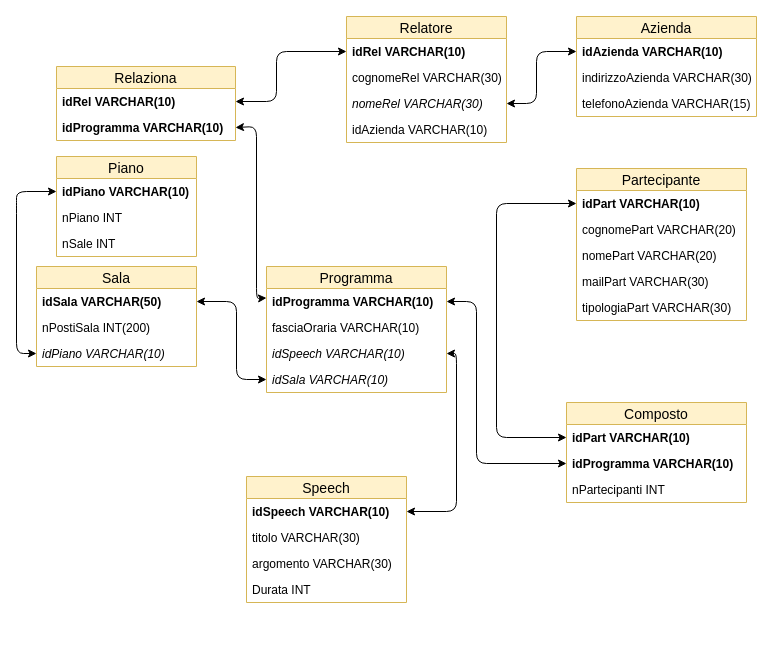
Earlier version of the draw.io diagram Convention/Schemi/Schema_Fisico.drawio (mattiaudisio/SCUOL4). Source tidied: cells renumbered, new cells numbered last; positions are measured from the earlier drawing's top-left corner, leaving out a move shared by most shapes. Both pictures are drawn from the tidied source at 100%, with x=0, y=0 at pixel (16, 16).
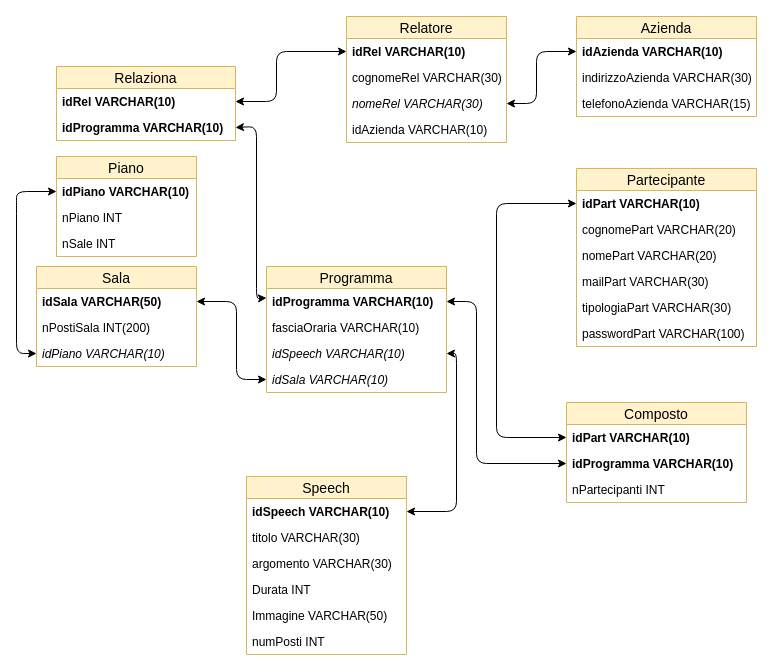
The same diagram, later.

Commit message (it also covers changes not shown here):
Modfiche Schemi 1

The edit, as a diff of the source:
```diff
@@
     <mxCell id="17" value="Speech" style="swimlane;fontStyle=0;horizontal=1;startSize=22;fillColor=#fff2cc;swimlaneFillColor=#ffffff;align=center;fontSize=14;strokeColor=#d6b656;" parent="1" vertex="1">
-      <mxGeometry x="230" y="460" width="160" height="126" as="geometry" />
+      <mxGeometry x="230" y="460" width="160" height="178" as="geometry" />
     </mxCell>
@@
+    <mxCell id="50" value="Immagine VARCHAR(50)" style="text;strokeColor=none;fillColor=none;spacingLeft=4;spacingRight=4;overflow=hidden;fontSize=12;" parent="17" vertex="1">
+      <mxGeometry y="126" width="160" height="26" as="geometry" />
+    </mxCell>
+    <mxCell id="51" value="numPosti INT" style="text;strokeColor=none;fillColor=none;spacingLeft=4;spacingRight=4;overflow=hidden;fontSize=12;" parent="17" vertex="1">
+      <mxGeometry y="152" width="160" height="26" as="geometry" />
+    </mxCell>
     <mxCell id="22" value="Partecipante" style="swimlane;fontStyle=0;horizontal=1;startSize=22;fillColor=#fff2cc;swimlaneFillColor=#ffffff;align=center;fontSize=14;strokeColor=#d6b656;" parent="1" vertex="1">
-      <mxGeometry x="560" y="152" width="170" height="152" as="geometry" />
+      <mxGeometry x="560" y="152" width="180" height="178" as="geometry" />
     </mxCell>
     <mxCell id="23" value="idPart VARCHAR(10)" style="text;strokeColor=none;fillColor=none;spacingLeft=4;spacingRight=4;overflow=hidden;points=[[0,0.5],[1,0.5]];portConstraint=eastwest;fontSize=12;fontStyle=1;fontColor=#000000;" parent="22" vertex="1">
-      <mxGeometry y="22" width="170" height="26" as="geometry" />
+      <mxGeometry y="22" width="180" height="26" as="geometry" />
     </mxCell>
     <mxCell id="24" value="cognomePart VARCHAR(20)" style="text;strokeColor=none;fillColor=none;spacingLeft=4;spacingRight=4;overflow=hidden;fontSize=12;" parent="22" vertex="1">
-      <mxGeometry y="48" width="170" height="26" as="geometry" />
+      <mxGeometry y="48" width="180" height="26" as="geometry" />
     </mxCell>
     <mxCell id="25" value="nomePart VARCHAR(20) " style="text;strokeColor=none;fillColor=none;spacingLeft=4;spacingRight=4;overflow=hidden;fontSize=12;" parent="22" vertex="1">
-      <mxGeometry y="74" width="170" height="26" as="geometry" />
+      <mxGeometry y="74" width="180" height="26" as="geometry" />
     </mxCell>
     <mxCell id="26" value="mailPart VARCHAR(30)" style="text;strokeColor=none;fillColor=none;spacingLeft=4;spacingRight=4;overflow=hidden;fontSize=12;" parent="22" vertex="1">
-      <mxGeometry y="100" width="170" height="26" as="geometry" />
+      <mxGeometry y="100" width="180" height="26" as="geometry" />
     </mxCell>
     <mxCell id="27" value="tipologiaPart VARCHAR(30)" style="text;strokeColor=none;fillColor=none;spacingLeft=4;spacingRight=4;overflow=hidden;fontSize=12;" parent="22" vertex="1">
-      <mxGeometry y="126" width="170" height="26" as="geometry" />
+      <mxGeometry y="126" width="180" height="26" as="geometry" />
     </mxCell>
+    <mxCell id="52" value="passwordPart VARCHAR(100)" style="text;strokeColor=none;fillColor=none;spacingLeft=4;spacingRight=4;overflow=hidden;fontSize=12;" parent="22" vertex="1">
+      <mxGeometry y="152" width="180" height="26" as="geometry" />
+    </mxCell>
```
